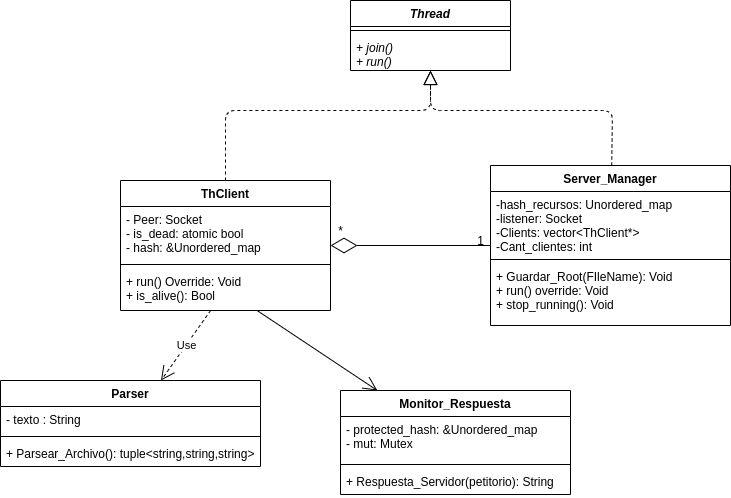
The draw.io diagram DiagClases1.png in DamianGanopolsky/Taller-Pages, before a commit. Source tidied: cells renumbered, new cells last; positions are measured from the earlier drawing's top-left corner, leaving out a move shared by most shapes.
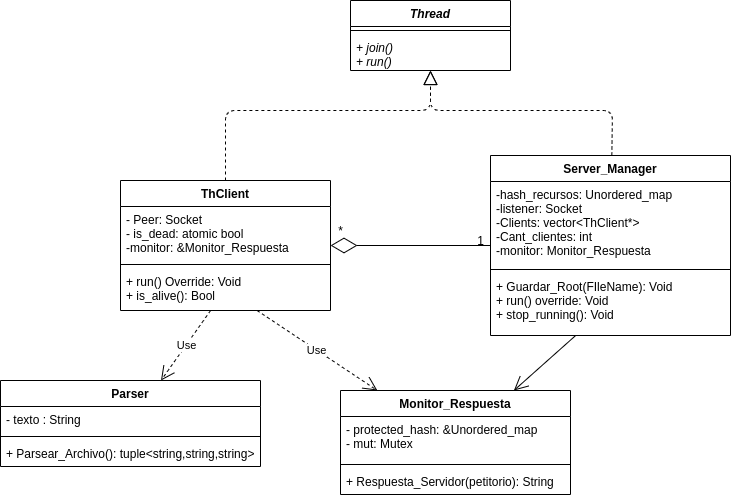
Above is the later version.

Commit message:
Actualizo diagrama

Diff of the diagram source:
```diff
@@ -3,21 +3,21 @@
     <mxCell id="0" />
     <mxCell id="1" parent="0" />
     <mxCell id="2" value="Server_Manager&#10;" style="swimlane;fontStyle=1;align=center;verticalAlign=top;horizontal=1;startSize=26;" parent="1" vertex="1">
-      <mxGeometry x="490" y="165" width="240" height="160" as="geometry" />
+      <mxGeometry x="490" y="155" width="240" height="180" as="geometry" />
     </mxCell>
-    <mxCell id="3" value="-hash_recursos: Unordered_map&#10;-listener: Socket&#10;-Clients: vector&lt;ThClient*&gt;&#10;-Cant_clientes: int" style="text;strokeColor=none;fillColor=none;align=left;verticalAlign=top;spacingLeft=4;spacingRight=4;overflow=hidden;" parent="2" vertex="1">
-      <mxGeometry y="26" width="240" height="64" as="geometry" />
+    <mxCell id="3" value="-hash_recursos: Unordered_map&#10;-listener: Socket&#10;-Clients: vector&lt;ThClient*&gt;&#10;-Cant_clientes: int&#10;-monitor: Monitor_Respuesta" style="text;strokeColor=none;fillColor=none;align=left;verticalAlign=top;spacingLeft=4;spacingRight=4;overflow=hidden;" parent="2" vertex="1">
+      <mxGeometry y="26" width="240" height="84" as="geometry" />
     </mxCell>
     <mxCell id="4" style="line;strokeWidth=1;fillColor=none;align=left;verticalAlign=middle;spacingTop=-1;spacingLeft=3;spacingRight=3;labelPosition=right;" parent="2" vertex="1">
-      <mxGeometry y="90" width="240" height="8" as="geometry" />
+      <mxGeometry y="110" width="240" height="8" as="geometry" />
     </mxCell>
     <mxCell id="5" value="+ Guardar_Root(FIleName): Void&#10;+ run() override: Void&#10;+ stop_running(): Void" style="text;strokeColor=none;fillColor=none;align=left;verticalAlign=top;spacingLeft=4;spacingRight=4;overflow=hidden;points=[[0,0.5],[1,0.5]];portConstraint=eastwest;" parent="2" vertex="1">
-      <mxGeometry y="98" width="240" height="62" as="geometry" />
+      <mxGeometry y="118" width="240" height="62" as="geometry" />
     </mxCell>
     <mxCell id="6" value="ThClient" style="swimlane;fontStyle=1;align=center;verticalAlign=top;horizontal=1;startSize=26;" parent="1" vertex="1">
       <mxGeometry x="120" y="180" width="210" height="130" as="geometry" />
     </mxCell>
-    <mxCell id="7" value="- Peer: Socket&#10;- is_dead: atomic bool&#10;- hash: &amp;Unordered_map" style="text;strokeColor=none;fillColor=none;align=left;verticalAlign=top;spacingLeft=4;spacingRight=4;overflow=hidden;" parent="6" vertex="1">
+    <mxCell id="7" value="- Peer: Socket&#10;- is_dead: atomic bool&#10;-monitor: &amp;Monitor_Respuesta" style="text;strokeColor=none;fillColor=none;align=left;verticalAlign=top;spacingLeft=4;spacingRight=4;overflow=hidden;" parent="6" vertex="1">
       <mxGeometry y="26" width="210" height="54" as="geometry" />
     </mxCell>
     <mxCell id="8" style="line;strokeWidth=1;fillColor=none;align=left;verticalAlign=middle;spacingTop=-1;spacingLeft=3;spacingRight=3;labelPosition=right;" parent="6" vertex="1">
@@ -87,7 +87,10 @@
     <mxCell id="26" value="+ Respuesta_Servidor(petitorio): String" style="text;strokeColor=none;fillColor=none;align=left;verticalAlign=top;spacingLeft=4;spacingRight=4;overflow=hidden;" parent="23" vertex="1">
       <mxGeometry y="78" width="230" height="26" as="geometry" />
     </mxCell>
+    <mxCell id="28" style="endArrow=open;endFill=1;endSize=12;html=1;" parent="1" edge="1" source="5" target="23">
+      <mxGeometry relative="1" as="geometry" />
+    </mxCell>
-    <mxCell id="27" style="endArrow=open;endFill=1;endSize=12;html=1;" parent="1" edge="1" source="9" target="23">
+    <mxCell id="27" value="Use" style="endArrow=open;endSize=12;dashed=1;html=1;" parent="1" edge="1" source="9" target="23">
       <mxGeometry relative="1" as="geometry" />
     </mxCell>
   </root>
```
